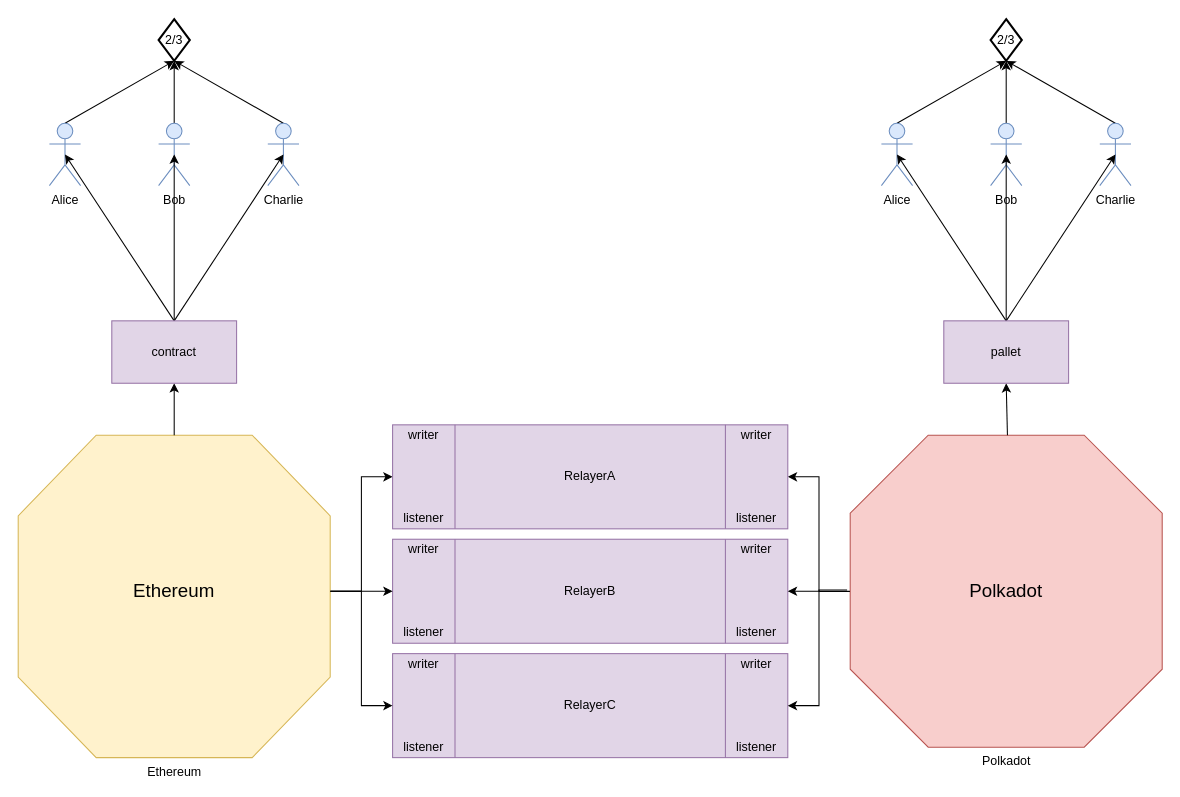
This is ChainBridgeDesign.drawio from 0xrjman/ChainBridgeDocs, a draw.io file, before an edit. Source tidied: cells renumbered, new cells numbered last; positions are measured from the earlier drawing's top-left corner, leaving out a move shared by most shapes. Both pictures are drawn from the tidied source at 104%, with x=0, y=0 at pixel (18, 19).
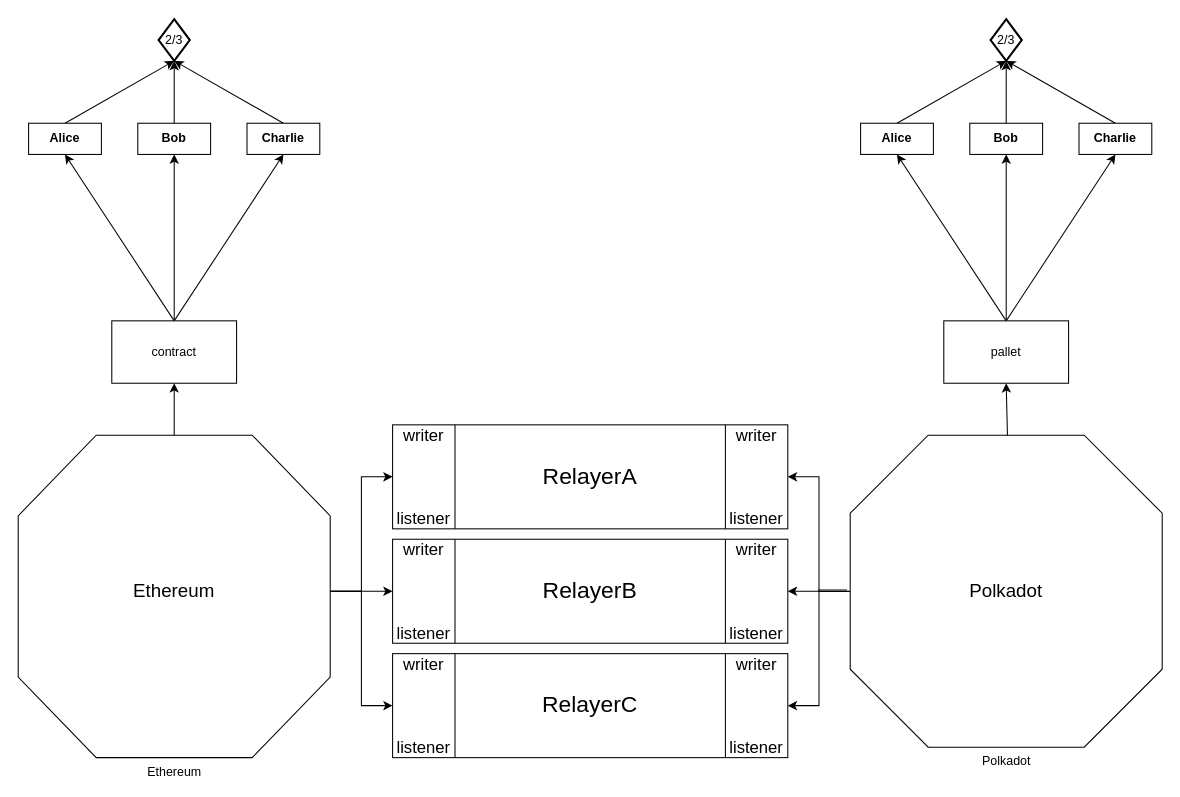
After the change.

The change refers to these unchanged cells:
```xml
<mxCell id="22" value="2/3" style="strokeWidth=2;html=1;shape=mxgraph.flowchart.decision;whiteSpace=wrap;" parent="1" vertex="1">
  <mxGeometry x="135" width="30" height="40" as="geometry" />
</mxCell>
```

The edit, as a diff of the source:
```diff
@@
-    <mxCell id="3" value="Ethereum" style="verticalLabelPosition=bottom;verticalAlign=top;html=1;shape=mxgraph.basic.polygon;polyCoords=[[0.25,0],[0.75,0],[1,0.25],[1,0.75],[0.75,1],[0.25,1],[0,0.75],[0,0.25]];polyline=0;fillColor=#fff2cc;strokeColor=#d6b656;" parent="1" vertex="1">
+    <mxCell id="3" value="Ethereum" style="verticalLabelPosition=bottom;verticalAlign=top;html=1;shape=mxgraph.basic.polygon;polyCoords=[[0.25,0],[0.75,0],[1,0.25],[1,0.75],[0.75,1],[0.25,1],[0,0.75],[0,0.25]];polyline=0;" parent="1" vertex="1">
       <mxGeometry y="400" width="300" height="310" as="geometry" />
     </mxCell>
@@
-    <mxCell id="5" value="Polkadot" style="verticalLabelPosition=bottom;verticalAlign=top;html=1;shape=mxgraph.basic.polygon;polyCoords=[[0.25,0],[0.75,0],[1,0.25],[1,0.75],[0.75,1],[0.25,1],[0,0.75],[0,0.25]];polyline=0;fillColor=#f8cecc;strokeColor=#b85450;" parent="1" vertex="1">
+    <mxCell id="5" value="Polkadot" style="verticalLabelPosition=bottom;verticalAlign=top;html=1;shape=mxgraph.basic.polygon;polyCoords=[[0.25,0],[0.75,0],[1,0.25],[1,0.75],[0.75,1],[0.25,1],[0,0.75],[0,0.25]];polyline=0;" parent="1" vertex="1">
       <mxGeometry x="800" y="400" width="300" height="300" as="geometry" />
     </mxCell>
@@
-    <mxCell id="7" value="RelayerA" style="shape=process;whiteSpace=wrap;html=1;backgroundOutline=1;fillColor=#e1d5e7;strokeColor=#9673a6;size=0.15789473684210525;" parent="1" vertex="1">
+    <mxCell id="7" value="&lt;font style=&quot;font-size: 22px&quot;&gt;RelayerA&lt;/font&gt;" style="shape=process;whiteSpace=wrap;html=1;backgroundOutline=1;size=0.15789473684210525;" parent="1" vertex="1">
       <mxGeometry x="360" y="390" width="380" height="100" as="geometry" />
     </mxCell>
-    <mxCell id="8" value="listener" style="text;html=1;strokeColor=none;fillColor=none;align=center;verticalAlign=middle;whiteSpace=wrap;rounded=0;" parent="1" vertex="1">
+    <mxCell id="8" value="listener" style="text;html=1;strokeColor=none;fillColor=none;align=center;verticalAlign=middle;whiteSpace=wrap;rounded=0;fontSize=16;" parent="1" vertex="1">
       <mxGeometry x="370" y="470" width="40" height="20" as="geometry" />
     </mxCell>
-    <mxCell id="9" value="listener" style="text;html=1;strokeColor=none;fillColor=none;align=center;verticalAlign=middle;whiteSpace=wrap;rounded=0;" parent="1" vertex="1">
+    <mxCell id="9" value="listener" style="text;html=1;strokeColor=none;fillColor=none;align=center;verticalAlign=middle;whiteSpace=wrap;rounded=0;fontSize=16;" parent="1" vertex="1">
       <mxGeometry x="690" y="470" width="40" height="20" as="geometry" />
     </mxCell>
-    <mxCell id="10" value="writer" style="text;html=1;strokeColor=none;fillColor=none;align=center;verticalAlign=middle;whiteSpace=wrap;rounded=0;" parent="1" vertex="1">
+    <mxCell id="10" value="writer" style="text;html=1;strokeColor=none;fillColor=none;align=center;verticalAlign=middle;whiteSpace=wrap;rounded=0;fontSize=16;" parent="1" vertex="1">
       <mxGeometry x="370" y="390" width="40" height="20" as="geometry" />
     </mxCell>
-    <mxCell id="11" value="writer" style="text;html=1;strokeColor=none;fillColor=none;align=center;verticalAlign=middle;whiteSpace=wrap;rounded=0;" parent="1" vertex="1">
+    <mxCell id="11" value="writer" style="text;html=1;strokeColor=none;fillColor=none;align=center;verticalAlign=middle;whiteSpace=wrap;rounded=0;fontSize=16;" parent="1" vertex="1">
       <mxGeometry x="690" y="390" width="40" height="20" as="geometry" />
     </mxCell>
@@
-    <mxCell id="13" style="edgeStyle=none;rounded=0;jettySize=auto;html=1;exitX=0.5;exitY=0;exitDx=0;exitDy=0;exitPerimeter=0;entryX=0.5;entryY=1;entryDx=0;entryDy=0;entryPerimeter=0;" parent="1" edge="1" source="14" target="22">
-      <mxGeometry relative="1" as="geometry" />
+    <mxCell id="13" style="edgeStyle=none;rounded=0;jettySize=auto;html=1;exitX=0.5;exitY=0;exitDx=0;exitDy=0;exitPerimeter=0;entryX=0.5;entryY=1;entryDx=0;entryDy=0;entryPerimeter=0;" parent="1" edge="1" target="22">
+      <mxGeometry relative="1" as="geometry">
+        <mxPoint x="150" y="100" as="sourcePoint" />
+      </mxGeometry>
     </mxCell>
-    <mxCell id="14" value="Bob" style="shape=umlActor;verticalLabelPosition=bottom;verticalAlign=top;html=1;outlineConnect=0;fillColor=#dae8fc;strokeColor=#6c8ebf;" parent="1" vertex="1">
-      <mxGeometry x="135" y="100" width="30" height="60" as="geometry" />
-    </mxCell>
-    <mxCell id="15" style="endArrow=classic;html=1;entryX=0.5;entryY=0.5;entryDx=0;entryDy=0;entryPerimeter=0;exitX=0.5;exitY=0;exitDx=0;exitDy=0;" parent="1" edge="1" source="23" target="14">
-      <mxGeometry relative="1" as="geometry" />
+    <mxCell id="15" style="endArrow=classic;html=1;entryX=0.5;entryY=0.5;entryDx=0;entryDy=0;entryPerimeter=0;exitX=0.5;exitY=0;exitDx=0;exitDy=0;" parent="1" edge="1" source="23">
+      <mxGeometry relative="1" as="geometry">
+        <mxPoint x="150" y="130" as="targetPoint" />
+      </mxGeometry>
     </mxCell>
-    <mxCell id="16" style="edgeStyle=none;rounded=0;jettySize=auto;html=1;exitX=0.5;exitY=0;exitDx=0;exitDy=0;exitPerimeter=0;entryX=0.5;entryY=1;entryDx=0;entryDy=0;entryPerimeter=0;" parent="1" edge="1" source="17" target="22">
-      <mxGeometry relative="1" as="geometry" />
+    <mxCell id="16" style="edgeStyle=none;rounded=0;jettySize=auto;html=1;exitX=0.5;exitY=0;exitDx=0;exitDy=0;exitPerimeter=0;entryX=0.5;entryY=1;entryDx=0;entryDy=0;entryPerimeter=0;" parent="1" edge="1" target="22">
+      <mxGeometry relative="1" as="geometry">
+        <mxPoint x="255" y="100" as="sourcePoint" />
+      </mxGeometry>
     </mxCell>
-    <mxCell id="17" value="Charlie" style="shape=umlActor;verticalLabelPosition=bottom;verticalAlign=top;html=1;outlineConnect=0;fillColor=#dae8fc;strokeColor=#6c8ebf;" parent="1" vertex="1">
-      <mxGeometry x="240" y="100" width="30" height="60" as="geometry" />
-    </mxCell>
-    <mxCell id="18" style="endArrow=classic;html=1;entryX=0.5;entryY=0.5;entryDx=0;entryDy=0;entryPerimeter=0;exitX=0.5;exitY=0;exitDx=0;exitDy=0;" parent="1" edge="1" source="23" target="17">
-      <mxGeometry relative="1" as="geometry" />
+    <mxCell id="18" style="endArrow=classic;html=1;entryX=0.5;entryY=0.5;entryDx=0;entryDy=0;entryPerimeter=0;exitX=0.5;exitY=0;exitDx=0;exitDy=0;" parent="1" edge="1" source="23">
+      <mxGeometry relative="1" as="geometry">
+        <mxPoint x="255" y="130" as="targetPoint" />
+      </mxGeometry>
     </mxCell>
-    <mxCell id="19" style="edgeStyle=none;rounded=0;jettySize=auto;html=1;exitX=0.5;exitY=0;exitDx=0;exitDy=0;exitPerimeter=0;entryX=0.5;entryY=1;entryDx=0;entryDy=0;entryPerimeter=0;" parent="1" edge="1" source="20" target="22">
-      <mxGeometry relative="1" as="geometry" />
+    <mxCell id="19" style="edgeStyle=none;rounded=0;jettySize=auto;html=1;exitX=0.5;exitY=0;exitDx=0;exitDy=0;exitPerimeter=0;entryX=0.5;entryY=1;entryDx=0;entryDy=0;entryPerimeter=0;" parent="1" edge="1" target="22">
+      <mxGeometry relative="1" as="geometry">
+        <mxPoint x="45" y="100" as="sourcePoint" />
+      </mxGeometry>
     </mxCell>
-    <mxCell id="20" value="Alice" style="shape=umlActor;verticalLabelPosition=bottom;verticalAlign=top;html=1;outlineConnect=0;fillColor=#dae8fc;strokeColor=#6c8ebf;" parent="1" vertex="1">
-      <mxGeometry x="30" y="100" width="30" height="60" as="geometry" />
-    </mxCell>
-    <mxCell id="21" style="endArrow=classic;html=1;entryX=0.5;entryY=0.5;entryDx=0;entryDy=0;entryPerimeter=0;exitX=0.5;exitY=0;exitDx=0;exitDy=0;" parent="1" edge="1" source="23" target="20">
-      <mxGeometry relative="1" as="geometry" />
+    <mxCell id="21" style="endArrow=classic;html=1;entryX=0.5;entryY=0.5;entryDx=0;entryDy=0;entryPerimeter=0;exitX=0.5;exitY=0;exitDx=0;exitDy=0;" parent="1" edge="1" source="23">
+      <mxGeometry relative="1" as="geometry">
+        <mxPoint x="45" y="130" as="targetPoint" />
+      </mxGeometry>
     </mxCell>
@@
-    <mxCell id="23" value="contract" style="whiteSpace=wrap;html=1;strokeColor=#9673a6;fillColor=#e1d5e7;" parent="1" vertex="1">
+    <mxCell id="23" value="contract" style="whiteSpace=wrap;html=1;" parent="1" vertex="1">
       <mxGeometry x="90" y="290" width="120" height="60" as="geometry" />
     </mxCell>
-    <mxCell id="24" style="edgeStyle=none;rounded=0;jettySize=auto;html=1;exitX=0.5;exitY=0;exitDx=0;exitDy=0;exitPerimeter=0;entryX=0.5;entryY=1;entryDx=0;entryDy=0;entryPerimeter=0;" parent="1" edge="1" source="25">
-      <mxGeometry relative="1" as="geometry">
-        <mxPoint x="950" y="40" as="targetPoint" />
-      </mxGeometry>
-    </mxCell>
-    <mxCell id="25" value="Bob" style="shape=umlActor;verticalLabelPosition=bottom;verticalAlign=top;html=1;outlineConnect=0;fillColor=#dae8fc;strokeColor=#6c8ebf;" parent="1" vertex="1">
-      <mxGeometry x="935" y="100" width="30" height="60" as="geometry" />
-    </mxCell>
-    <mxCell id="26" style="endArrow=classic;html=1;entryX=0.5;entryY=0.5;entryDx=0;entryDy=0;entryPerimeter=0;exitX=0.5;exitY=0;exitDx=0;exitDy=0;" parent="1" edge="1" source="34" target="25">
-      <mxGeometry relative="1" as="geometry" />
+    <mxCell id="26" style="endArrow=classic;html=1;entryX=0.5;entryY=0.5;entryDx=0;entryDy=0;entryPerimeter=0;exitX=0.5;exitY=0;exitDx=0;exitDy=0;" parent="1" edge="1" source="34">
+      <mxGeometry relative="1" as="geometry">
+        <mxPoint x="950" y="130" as="targetPoint" />
+      </mxGeometry>
     </mxCell>
-    <mxCell id="27" style="edgeStyle=none;rounded=0;jettySize=auto;html=1;exitX=0.5;exitY=0;exitDx=0;exitDy=0;exitPerimeter=0;entryX=0.5;entryY=1;entryDx=0;entryDy=0;entryPerimeter=0;" parent="1" edge="1" source="28">
-      <mxGeometry relative="1" as="geometry">
-        <mxPoint x="950" y="40" as="targetPoint" />
-      </mxGeometry>
-    </mxCell>
-    <mxCell id="28" value="Charlie" style="shape=umlActor;verticalLabelPosition=bottom;verticalAlign=top;html=1;outlineConnect=0;fillColor=#dae8fc;strokeColor=#6c8ebf;" parent="1" vertex="1">
-      <mxGeometry x="1040" y="100" width="30" height="60" as="geometry" />
-    </mxCell>
-    <mxCell id="29" style="endArrow=classic;html=1;entryX=0.5;entryY=0.5;entryDx=0;entryDy=0;entryPerimeter=0;exitX=0.5;exitY=0;exitDx=0;exitDy=0;" parent="1" edge="1" source="34" target="28">
-      <mxGeometry relative="1" as="geometry" />
+    <mxCell id="29" style="endArrow=classic;html=1;entryX=0.5;entryY=0.5;entryDx=0;entryDy=0;entryPerimeter=0;exitX=0.5;exitY=0;exitDx=0;exitDy=0;" parent="1" edge="1" source="34">
+      <mxGeometry relative="1" as="geometry">
+        <mxPoint x="1055" y="130" as="targetPoint" />
+      </mxGeometry>
     </mxCell>
-    <mxCell id="30" style="edgeStyle=none;rounded=0;jettySize=auto;html=1;exitX=0.5;exitY=0;exitDx=0;exitDy=0;exitPerimeter=0;entryX=0.5;entryY=1;entryDx=0;entryDy=0;entryPerimeter=0;" parent="1" edge="1" source="31">
-      <mxGeometry relative="1" as="geometry">
-        <mxPoint x="950" y="40" as="targetPoint" />
-      </mxGeometry>
-    </mxCell>
-    <mxCell id="31" value="Alice" style="shape=umlActor;verticalLabelPosition=bottom;verticalAlign=top;html=1;outlineConnect=0;fillColor=#dae8fc;strokeColor=#6c8ebf;" parent="1" vertex="1">
-      <mxGeometry x="830" y="100" width="30" height="60" as="geometry" />
-    </mxCell>
-    <mxCell id="32" style="endArrow=classic;html=1;entryX=0.5;entryY=0.5;entryDx=0;entryDy=0;entryPerimeter=0;exitX=0.5;exitY=0;exitDx=0;exitDy=0;" parent="1" edge="1" source="34" target="31">
-      <mxGeometry relative="1" as="geometry" />
+    <mxCell id="32" style="endArrow=classic;html=1;entryX=0.5;entryY=0.5;entryDx=0;entryDy=0;entryPerimeter=0;exitX=0.5;exitY=0;exitDx=0;exitDy=0;" parent="1" edge="1" source="34">
+      <mxGeometry relative="1" as="geometry">
+        <mxPoint x="845" y="130" as="targetPoint" />
+      </mxGeometry>
     </mxCell>
-    <mxCell id="33" value="2/3" style="strokeWidth=2;html=1;shape=mxgraph.flowchart.decision;whiteSpace=wrap;" parent="1" vertex="1">
-      <mxGeometry x="935" width="30" height="40" as="geometry" />
-    </mxCell>
-    <mxCell id="34" value="pallet" style="whiteSpace=wrap;html=1;strokeColor=#9673a6;fillColor=#e1d5e7;" parent="1" vertex="1">
+    <mxCell id="34" value="pallet" style="whiteSpace=wrap;html=1;" parent="1" vertex="1">
       <mxGeometry x="890" y="290" width="120" height="60" as="geometry" />
     </mxCell>
-    <mxCell id="35" value="RelayerB" style="shape=process;whiteSpace=wrap;html=1;backgroundOutline=1;fillColor=#e1d5e7;strokeColor=#9673a6;size=0.15789473684210525;" parent="1" vertex="1">
+    <mxCell id="35" value="&lt;font style=&quot;font-size: 22px&quot;&gt;RelayerB&lt;/font&gt;" style="shape=process;whiteSpace=wrap;html=1;backgroundOutline=1;size=0.15789473684210525;" parent="1" vertex="1">
       <mxGeometry x="360" y="500" width="380" height="100" as="geometry" />
     </mxCell>
-    <mxCell id="36" value="listener" style="text;html=1;strokeColor=none;fillColor=none;align=center;verticalAlign=middle;whiteSpace=wrap;rounded=0;" parent="1" vertex="1">
+    <mxCell id="36" value="listener" style="text;html=1;strokeColor=none;fillColor=none;align=center;verticalAlign=middle;whiteSpace=wrap;rounded=0;fontSize=16;" parent="1" vertex="1">
       <mxGeometry x="370" y="580" width="40" height="20" as="geometry" />
     </mxCell>
-    <mxCell id="37" value="listener" style="text;html=1;strokeColor=none;fillColor=none;align=center;verticalAlign=middle;whiteSpace=wrap;rounded=0;" parent="1" vertex="1">
+    <mxCell id="37" value="listener" style="text;html=1;strokeColor=none;fillColor=none;align=center;verticalAlign=middle;whiteSpace=wrap;rounded=0;fontSize=16;" parent="1" vertex="1">
       <mxGeometry x="690" y="580" width="40" height="20" as="geometry" />
     </mxCell>
-    <mxCell id="38" value="writer" style="text;html=1;strokeColor=none;fillColor=none;align=center;verticalAlign=middle;whiteSpace=wrap;rounded=0;" parent="1" vertex="1">
+    <mxCell id="38" value="writer" style="text;html=1;strokeColor=none;fillColor=none;align=center;verticalAlign=middle;whiteSpace=wrap;rounded=0;fontSize=16;" parent="1" vertex="1">
       <mxGeometry x="370" y="500" width="40" height="20" as="geometry" />
     </mxCell>
-    <mxCell id="39" value="writer" style="text;html=1;strokeColor=none;fillColor=none;align=center;verticalAlign=middle;whiteSpace=wrap;rounded=0;" parent="1" vertex="1">
+    <mxCell id="39" value="writer" style="text;html=1;strokeColor=none;fillColor=none;align=center;verticalAlign=middle;whiteSpace=wrap;rounded=0;fontSize=16;" parent="1" vertex="1">
       <mxGeometry x="690" y="500" width="40" height="20" as="geometry" />
     </mxCell>
-    <mxCell id="40" value="RelayerC" style="shape=process;whiteSpace=wrap;html=1;backgroundOutline=1;fillColor=#e1d5e7;strokeColor=#9673a6;size=0.15789473684210525;" parent="1" vertex="1">
+    <mxCell id="40" value="&lt;font style=&quot;font-size: 22px&quot;&gt;RelayerC&lt;/font&gt;" style="shape=process;whiteSpace=wrap;html=1;backgroundOutline=1;size=0.15789473684210525;" parent="1" vertex="1">
       <mxGeometry x="360" y="610" width="380" height="100" as="geometry" />
     </mxCell>
-    <mxCell id="41" value="listener" style="text;html=1;strokeColor=none;fillColor=none;align=center;verticalAlign=middle;whiteSpace=wrap;rounded=0;" parent="1" vertex="1">
+    <mxCell id="41" value="listener" style="text;html=1;strokeColor=none;fillColor=none;align=center;verticalAlign=middle;whiteSpace=wrap;rounded=0;fontSize=16;" parent="1" vertex="1">
       <mxGeometry x="370" y="690" width="40" height="20" as="geometry" />
     </mxCell>
-    <mxCell id="42" value="listener" style="text;html=1;strokeColor=none;fillColor=none;align=center;verticalAlign=middle;whiteSpace=wrap;rounded=0;" parent="1" vertex="1">
+    <mxCell id="42" value="listener" style="text;html=1;strokeColor=none;fillColor=none;align=center;verticalAlign=middle;whiteSpace=wrap;rounded=0;fontSize=16;" parent="1" vertex="1">
       <mxGeometry x="690" y="690" width="40" height="20" as="geometry" />
     </mxCell>
-    <mxCell id="43" value="writer" style="text;html=1;strokeColor=none;fillColor=none;align=center;verticalAlign=middle;whiteSpace=wrap;rounded=0;" parent="1" vertex="1">
+    <mxCell id="43" value="writer" style="text;html=1;strokeColor=none;fillColor=none;align=center;verticalAlign=middle;whiteSpace=wrap;rounded=0;fontSize=16;" parent="1" vertex="1">
       <mxGeometry x="370" y="610" width="40" height="20" as="geometry" />
     </mxCell>
-    <mxCell id="44" value="writer" style="text;html=1;strokeColor=none;fillColor=none;align=center;verticalAlign=middle;whiteSpace=wrap;rounded=0;" parent="1" vertex="1">
+    <mxCell id="44" value="writer" style="text;html=1;strokeColor=none;fillColor=none;align=center;verticalAlign=middle;whiteSpace=wrap;rounded=0;fontSize=16;" parent="1" vertex="1">
       <mxGeometry x="690" y="610" width="40" height="20" as="geometry" />
     </mxCell>
@@
+    <mxCell id="51" value="Alice" style="rounded=0;whiteSpace=wrap;html=1;fontStyle=1;" parent="1" vertex="1">
+      <mxGeometry x="10" y="100" width="70" height="30" as="geometry" />
+    </mxCell>
+    <mxCell id="52" value="Bob" style="rounded=0;whiteSpace=wrap;html=1;fontStyle=1;" parent="1" vertex="1">
+      <mxGeometry x="115" y="100" width="70" height="30" as="geometry" />
+    </mxCell>
+    <mxCell id="53" value="Charlie" style="rounded=0;whiteSpace=wrap;html=1;fontStyle=1;" parent="1" vertex="1">
+      <mxGeometry x="220" y="100" width="70" height="30" as="geometry" />
+    </mxCell>
+    <mxCell id="54" style="edgeStyle=none;rounded=0;jettySize=auto;html=1;exitX=0.5;exitY=0;exitDx=0;exitDy=0;exitPerimeter=0;entryX=0.5;entryY=1;entryDx=0;entryDy=0;entryPerimeter=0;" parent="1" edge="1" target="33">
+      <mxGeometry relative="1" as="geometry">
+        <mxPoint x="950" y="100" as="sourcePoint" />
+      </mxGeometry>
+    </mxCell>
+    <mxCell id="55" style="edgeStyle=none;rounded=0;jettySize=auto;html=1;exitX=0.5;exitY=0;exitDx=0;exitDy=0;exitPerimeter=0;entryX=0.5;entryY=1;entryDx=0;entryDy=0;entryPerimeter=0;" parent="1" edge="1" target="33">
+      <mxGeometry relative="1" as="geometry">
+        <mxPoint x="1055" y="100" as="sourcePoint" />
+      </mxGeometry>
+    </mxCell>
+    <mxCell id="56" style="edgeStyle=none;rounded=0;jettySize=auto;html=1;exitX=0.5;exitY=0;exitDx=0;exitDy=0;exitPerimeter=0;entryX=0.5;entryY=1;entryDx=0;entryDy=0;entryPerimeter=0;" parent="1" edge="1" target="33">
+      <mxGeometry relative="1" as="geometry">
+        <mxPoint x="845" y="100" as="sourcePoint" />
+      </mxGeometry>
+    </mxCell>
+    <mxCell id="33" value="2/3" style="strokeWidth=2;html=1;shape=mxgraph.flowchart.decision;whiteSpace=wrap;" parent="1" vertex="1">
+      <mxGeometry x="935" width="30" height="40" as="geometry" />
+    </mxCell>
+    <mxCell id="57" value="Alice" style="rounded=0;whiteSpace=wrap;html=1;fontStyle=1;" parent="1" vertex="1">
+      <mxGeometry x="810" y="100" width="70" height="30" as="geometry" />
+    </mxCell>
+    <mxCell id="58" value="Bob" style="rounded=0;whiteSpace=wrap;html=1;fontStyle=1;" parent="1" vertex="1">
+      <mxGeometry x="915" y="100" width="70" height="30" as="geometry" />
+    </mxCell>
+    <mxCell id="59" value="Charlie" style="rounded=0;whiteSpace=wrap;html=1;fontStyle=1;" parent="1" vertex="1">
+      <mxGeometry x="1020" y="100" width="70" height="30" as="geometry" />
+    </mxCell>
```
